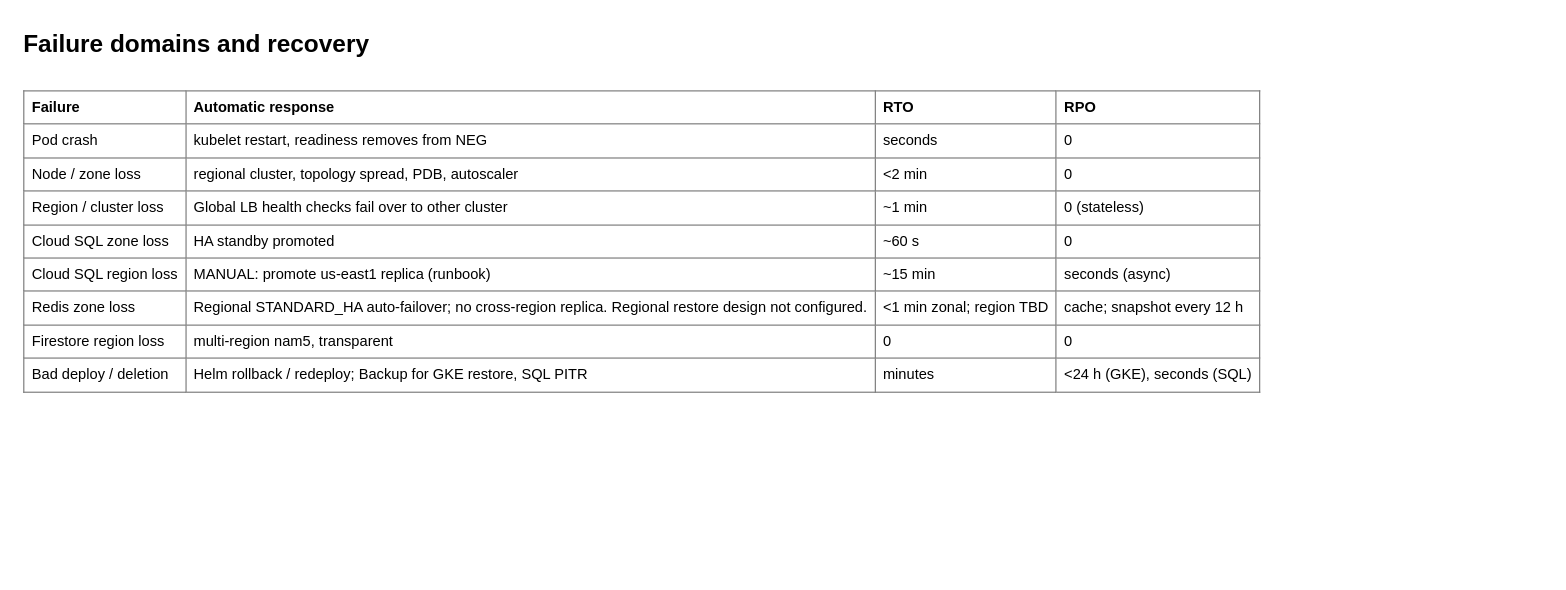
Above: page "SRE - HA and Disaster Recovery" (2 of 2) of diagrams/04-sre-observability-dr.drawio in vamshikrishnagandu/gcp-gke-multicluster-platform (draw.io), before the change. Source tidied: cells renumbered, new cells numbered last; positions are measured from the earlier drawing's top-left corner, leaving out a move shared by most shapes. Both pictures are drawn from the tidied source at 122%, with x=0, y=0 at pixel (21, 21).
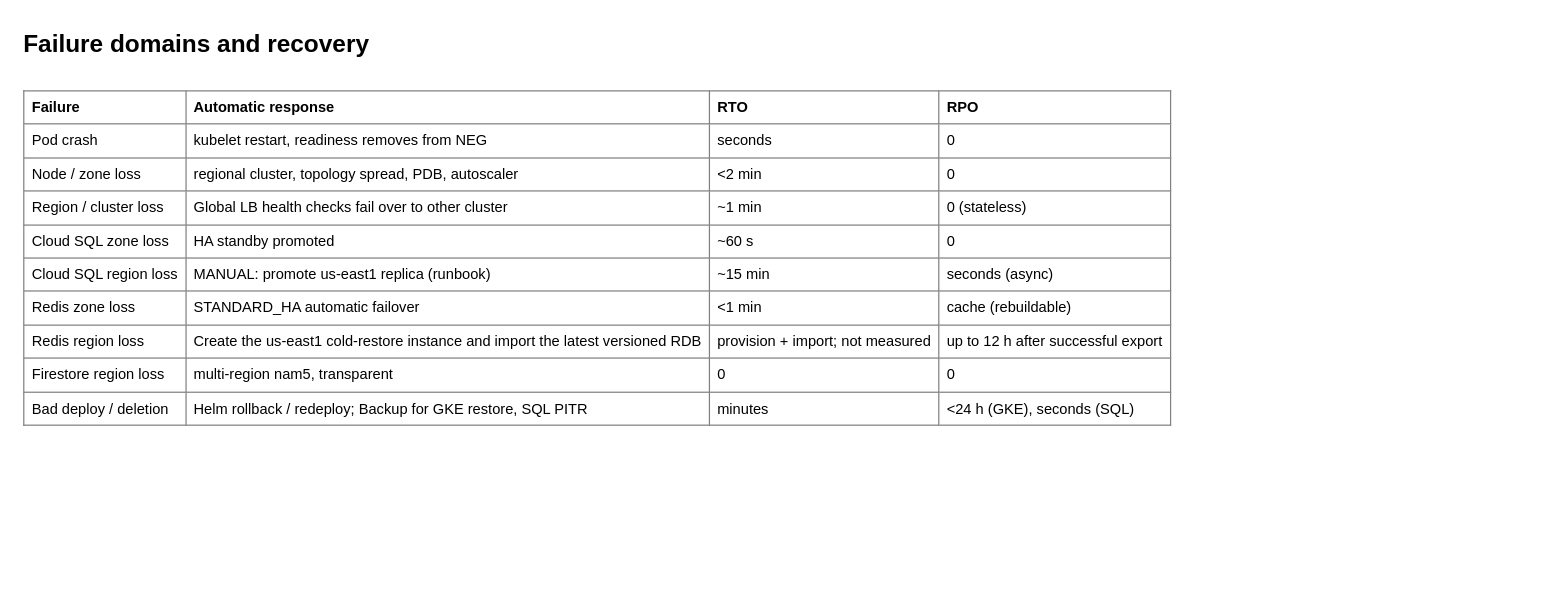
The same diagram, later.

What changed in the source:
```diff
@@
 <mxGraphModel>
   <root>
     <mxCell id="0" />
     <mxCell id="1" parent="0" />
     <mxCell id="2" value="&lt;b&gt;Failure domains and recovery&lt;/b&gt;" style="text;html=1;fontSize=20;" parent="1" vertex="1">
       <mxGeometry width="600" height="40" as="geometry" />
     </mxCell>
-    <mxCell id="3" value="&lt;table border=&quot;1&quot; cellpadding=&quot;6&quot; style=&quot;border-collapse:collapse&quot;&gt;&lt;tr&gt;&lt;th&gt;Failure&lt;/th&gt;&lt;th&gt;Automatic response&lt;/th&gt;&lt;th&gt;RTO&lt;/th&gt;&lt;th&gt;RPO&lt;/th&gt;&lt;/tr&gt;&lt;tr&gt;&lt;td&gt;Pod crash&lt;/td&gt;&lt;td&gt;kubelet restart, readiness removes from NEG&lt;/td&gt;&lt;td&gt;seconds&lt;/td&gt;&lt;td&gt;0&lt;/td&gt;&lt;/tr&gt;&lt;tr&gt;&lt;td&gt;Node / zone loss&lt;/td&gt;&lt;td&gt;regional cluster, topology spread, PDB, autoscaler&lt;/td&gt;&lt;td&gt;&amp;lt;2 min&lt;/td&gt;&lt;td&gt;0&lt;/td&gt;&lt;/tr&gt;&lt;tr&gt;&lt;td&gt;Region / cluster loss&lt;/td&gt;&lt;td&gt;Global LB health checks fail over to other cluster&lt;/td&gt;&lt;td&gt;~1 min&lt;/td&gt;&lt;td&gt;0 (stateless)&lt;/td&gt;&lt;/tr&gt;&lt;tr&gt;&lt;td&gt;Cloud SQL zone loss&lt;/td&gt;&lt;td&gt;HA standby promoted&lt;/td&gt;&lt;td&gt;~60 s&lt;/td&gt;&lt;td&gt;0&lt;/td&gt;&lt;/tr&gt;&lt;tr&gt;&lt;td&gt;Cloud SQL region loss&lt;/td&gt;&lt;td&gt;MANUAL: promote us-east1 replica (runbook)&lt;/td&gt;&lt;td&gt;~15 min&lt;/td&gt;&lt;td&gt;seconds (async)&lt;/td&gt;&lt;/tr&gt;&lt;tr&gt;&lt;td&gt;Redis zone loss&lt;/td&gt;&lt;td&gt;Regional STANDARD_HA auto-failover; no cross-region replica. Regional restore design not configured.&lt;/td&gt;&lt;td&gt;&amp;lt;1 min zonal; region TBD&lt;/td&gt;&lt;td&gt;cache; snapshot every 12 h&lt;/td&gt;&lt;/tr&gt;&lt;tr&gt;&lt;td&gt;Firestore region loss&lt;/td&gt;&lt;td&gt;multi-region nam5, transparent&lt;/td&gt;&lt;td&gt;0&lt;/td&gt;&lt;td&gt;0&lt;/td&gt;&lt;/tr&gt;&lt;tr&gt;&lt;td&gt;Bad deploy / deletion&lt;/td&gt;&lt;td&gt;Helm rollback / redeploy; Backup for GKE restore, SQL PITR&lt;/td&gt;&lt;td&gt;minutes&lt;/td&gt;&lt;td&gt;&amp;lt;24 h (GKE), seconds (SQL)&lt;/td&gt;&lt;/tr&gt;&lt;/table&gt;" style="text;html=1;whiteSpace=wrap;verticalAlign=top;" parent="1" vertex="1">
+    <mxCell id="3" value="&lt;table border=&quot;1&quot; cellpadding=&quot;6&quot; style=&quot;border-collapse:collapse&quot;&gt;&lt;tr&gt;&lt;th&gt;Failure&lt;/th&gt;&lt;th&gt;Automatic response&lt;/th&gt;&lt;th&gt;RTO&lt;/th&gt;&lt;th&gt;RPO&lt;/th&gt;&lt;/tr&gt;&lt;tr&gt;&lt;td&gt;Pod crash&lt;/td&gt;&lt;td&gt;kubelet restart, readiness removes from NEG&lt;/td&gt;&lt;td&gt;seconds&lt;/td&gt;&lt;td&gt;0&lt;/td&gt;&lt;/tr&gt;&lt;tr&gt;&lt;td&gt;Node / zone loss&lt;/td&gt;&lt;td&gt;regional cluster, topology spread, PDB, autoscaler&lt;/td&gt;&lt;td&gt;&amp;lt;2 min&lt;/td&gt;&lt;td&gt;0&lt;/td&gt;&lt;/tr&gt;&lt;tr&gt;&lt;td&gt;Region / cluster loss&lt;/td&gt;&lt;td&gt;Global LB health checks fail over to other cluster&lt;/td&gt;&lt;td&gt;~1 min&lt;/td&gt;&lt;td&gt;0 (stateless)&lt;/td&gt;&lt;/tr&gt;&lt;tr&gt;&lt;td&gt;Cloud SQL zone loss&lt;/td&gt;&lt;td&gt;HA standby promoted&lt;/td&gt;&lt;td&gt;~60 s&lt;/td&gt;&lt;td&gt;0&lt;/td&gt;&lt;/tr&gt;&lt;tr&gt;&lt;td&gt;Cloud SQL region loss&lt;/td&gt;&lt;td&gt;MANUAL: promote us-east1 replica (runbook)&lt;/td&gt;&lt;td&gt;~15 min&lt;/td&gt;&lt;td&gt;seconds (async)&lt;/td&gt;&lt;/tr&gt;&lt;tr&gt;&lt;td&gt;Redis zone loss&lt;/td&gt;&lt;td&gt;STANDARD_HA automatic failover&lt;/td&gt;&lt;td&gt;&amp;lt;1 min&lt;/td&gt;&lt;td&gt;cache (rebuildable)&lt;/td&gt;&lt;/tr&gt;&lt;tr&gt;&lt;td&gt;Redis region loss&lt;/td&gt;&lt;td&gt;Create the us-east1 cold-restore instance and import the latest versioned RDB&lt;/td&gt;&lt;td&gt;provision + import; not measured&lt;/td&gt;&lt;td&gt;up to 12 h after successful export&lt;/td&gt;&lt;/tr&gt;&lt;tr&gt;&lt;td&gt;Firestore region loss&lt;/td&gt;&lt;td&gt;multi-region nam5, transparent&lt;/td&gt;&lt;td&gt;0&lt;/td&gt;&lt;td&gt;0&lt;/td&gt;&lt;/tr&gt;&lt;tr&gt;&lt;td&gt;Bad deploy / deletion&lt;/td&gt;&lt;td&gt;Helm rollback / redeploy; Backup for GKE restore, SQL PITR&lt;/td&gt;&lt;td&gt;minutes&lt;/td&gt;&lt;td&gt;&amp;lt;24 h (GKE), seconds (SQL)&lt;/td&gt;&lt;/tr&gt;&lt;/table&gt;" style="text;html=1;whiteSpace=wrap;verticalAlign:top;" parent="1" vertex="1">
       <mxGeometry y="50" width="1250" height="400" as="geometry" />
     </mxCell>
   </root>
 </mxGraphModel>
```
